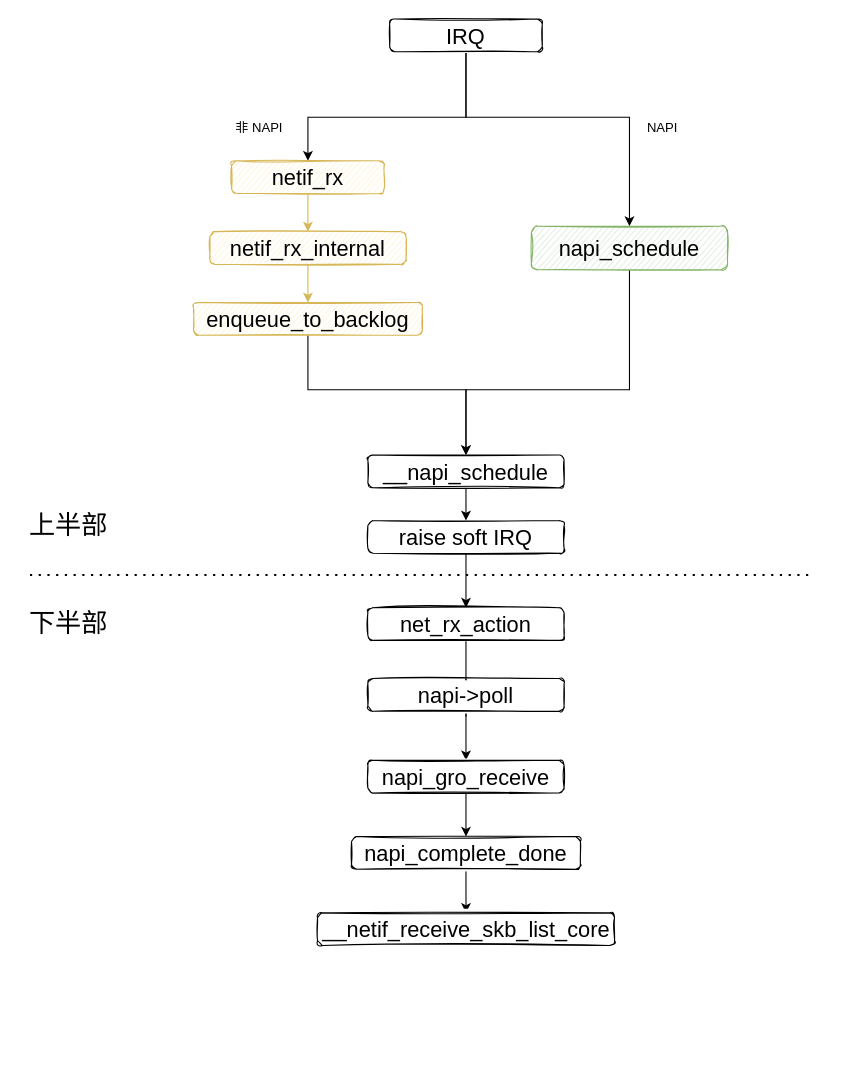
Above: page "napi" (4 of 4) of source/_data/sysnet.drawio in hsqStephenZhang/blogs-raw (draw.io), before the change. Source tidied: cells renumbered, new cells numbered last; positions are measured from the earlier drawing's top-left corner, leaving out a move shared by most shapes. Both pictures are drawn from the tidied source at 109%, with x=0, y=0 at pixel (19, 19).
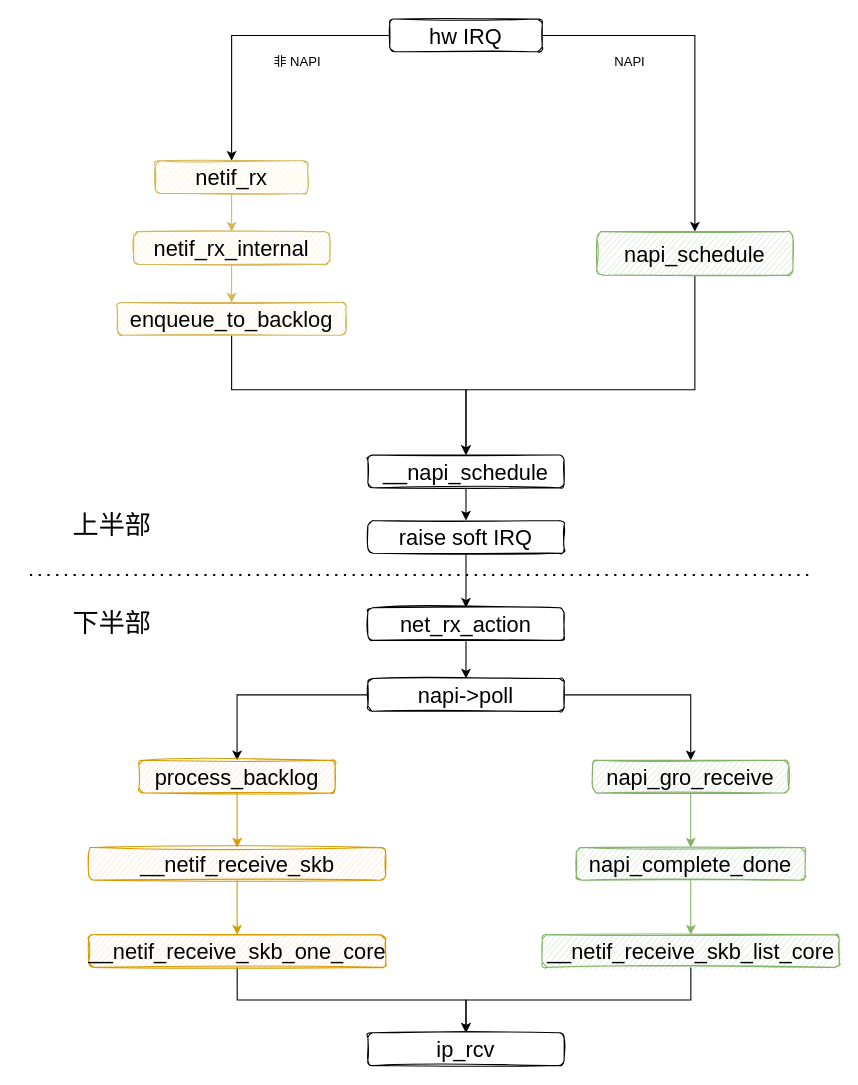
After the change.

Unchanged cells that the change refers to:
```xml
<mxCell id="10" value="__napi_schedule" style="whiteSpace=wrap;html=1;fontSize=20;sketch=1;rounded=1;" parent="1" vertex="1">
  <mxGeometry x="320" y="400" width="180" height="30" as="geometry" />
</mxCell>
<mxCell id="18" value="net_rx_action" style="whiteSpace=wrap;html=1;fontSize=20;sketch=1;rounded=1;" parent="1" vertex="1">
  <mxGeometry x="320" y="540" width="180" height="30" as="geometry" />
</mxCell>
<mxCell id="20" value="napi-&amp;gt;poll" style="whiteSpace=wrap;html=1;fontSize=20;sketch=1;rounded=1;" parent="1" vertex="1">
  <mxGeometry x="320" y="605" width="180" height="30" as="geometry" />
</mxCell>
```

The edit, as a diff of the source:
```diff
@@
     <mxCell id="2" style="edgeStyle=orthogonalEdgeStyle;rounded=0;jettySize=auto;html=1;" parent="1" edge="1" source="4" target="8">
       <mxGeometry relative="1" as="geometry">
         <Array as="points">
-          <mxPoint x="410" y="90" />
-          <mxPoint x="560" y="90" />
+          <mxPoint x="620" y="15" />
         </Array>
       </mxGeometry>
     </mxCell>
     <mxCell id="3" style="edgeStyle=orthogonalEdgeStyle;rounded=0;jettySize=auto;html=1;fontSize=24;" parent="1" edge="1" source="4" target="6">
       <mxGeometry relative="1" as="geometry">
         <Array as="points">
-          <mxPoint x="410" y="90" />
-          <mxPoint x="265" y="90" />
+          <mxPoint x="195" y="15" />
         </Array>
       </mxGeometry>
     </mxCell>
-    <mxCell id="4" value="IRQ" style="whiteSpace=wrap;html=1;fontSize=20;sketch=1;rounded=1;" parent="1" vertex="1">
+    <mxCell id="4" value="hw IRQ" style="whiteSpace=wrap;html=1;fontSize=20;sketch=1;rounded=1;" parent="1" vertex="1">
       <mxGeometry x="340" width="140" height="30" as="geometry" />
     </mxCell>
@@
     <mxCell id="6" value="netif_rx" style="whiteSpace=wrap;html=1;fontSize=20;sketch=1;rounded=1;fillColor=#fff2cc;strokeColor=#d6b656;" parent="1" vertex="1">
-      <mxGeometry x="195" y="130" width="140" height="30" as="geometry" />
+      <mxGeometry x="125" y="130" width="140" height="30" as="geometry" />
     </mxCell>
     <mxCell id="7" style="edgeStyle=orthogonalEdgeStyle;rounded=0;jettySize=auto;html=1;" parent="1" edge="1" source="8" target="10">
       <mxGeometry relative="1" as="geometry">
         <Array as="points">
-          <mxPoint x="560" y="340" />
+          <mxPoint x="620" y="340" />
           <mxPoint x="410" y="340" />
         </Array>
       </mxGeometry>
     </mxCell>
     <mxCell id="8" value="napi_schedule" style="whiteSpace=wrap;html=1;fontSize=20;sketch=1;rounded=1;fillColor=#d5e8d4;strokeColor=#82b366;" parent="1" vertex="1">
-      <mxGeometry x="470" y="190" width="180" height="40" as="geometry" />
+      <mxGeometry x="530" y="195" width="180" height="40" as="geometry" />
     </mxCell>
@@
     <mxCell id="14" value="netif_rx_internal" style="whiteSpace=wrap;html=1;fontSize=20;sketch=1;rounded=1;fillColor=#fff2cc;strokeColor=#d6b656;" parent="1" vertex="1">
-      <mxGeometry x="175" y="195" width="180" height="30" as="geometry" />
+      <mxGeometry x="105" y="195" width="180" height="30" as="geometry" />
     </mxCell>
     <mxCell id="15" style="edgeStyle=orthogonalEdgeStyle;rounded=0;jettySize=auto;html=1;entryX=0.5;entryY=0;entryDx=0;entryDy=0;fontSize=24;" parent="1" edge="1" source="16" target="10">
       <mxGeometry relative="1" as="geometry">
         <Array as="points">
-          <mxPoint x="265" y="340" />
+          <mxPoint x="195" y="340" />
           <mxPoint x="410" y="340" />
         </Array>
       </mxGeometry>
     </mxCell>
     <mxCell id="16" value="enqueue_to_backlog" style="whiteSpace=wrap;html=1;fontSize=20;sketch=1;rounded=1;fillColor=#fff2cc;strokeColor=#d6b656;" parent="1" vertex="1">
-      <mxGeometry x="160" y="260" width="210" height="30" as="geometry" />
+      <mxGeometry x="90" y="260" width="210" height="30" as="geometry" />
     </mxCell>
     <mxCell id="17" style="edgeStyle=orthogonalEdgeStyle;rounded=0;jettySize=auto;html=1;entryX=0.5;entryY=0;entryDx=0;entryDy=0;" parent="1" edge="1" source="18" target="20">
-      <mxGeometry relative="1" as="geometry">
-        <Array as="points">
-          <mxPoint x="410" y="640" />
-          <mxPoint x="410" y="640" />
-        </Array>
-      </mxGeometry>
+      <mxGeometry relative="1" as="geometry" />
     </mxCell>
@@
+    <mxCell id="31" style="edgeStyle=orthogonalEdgeStyle;rounded=0;jettySize=auto;html=1;entryX=0.5;entryY=0;entryDx=0;entryDy=0;" parent="1" edge="1" source="20" target="34">
+      <mxGeometry relative="1" as="geometry">
+        <Array as="points">
+          <mxPoint x="200" y="620" />
+        </Array>
+      </mxGeometry>
+    </mxCell>
@@
-    <mxCell id="21" style="edgeStyle=orthogonalEdgeStyle;rounded=0;jettySize=auto;html=1;fontSize=24;" parent="1" edge="1" source="22" target="29">
+    <mxCell id="21" style="edgeStyle=orthogonalEdgeStyle;rounded=0;jettySize=auto;html=1;fontSize=24;fillColor=#d5e8d4;strokeColor=#82b366;" parent="1" edge="1" source="22" target="29">
       <mxGeometry relative="1" as="geometry" />
     </mxCell>
-    <mxCell id="22" value="napi_gro_receive" style="whiteSpace=wrap;html=1;fontSize=20;sketch=1;rounded=1;" parent="1" vertex="1">
-      <mxGeometry x="320" y="680" width="180" height="30" as="geometry" />
+    <mxCell id="22" value="napi_gro_receive" style="whiteSpace=wrap;html=1;fontSize=20;sketch=1;rounded=1;fillColor=#d5e8d4;strokeColor=#82b366;" parent="1" vertex="1">
+      <mxGeometry x="526.2" y="680" width="180" height="30" as="geometry" />
     </mxCell>
     <mxCell id="23" value="非 NAPI" style="text;html=1;align=center;verticalAlign=middle;" parent="1" vertex="1">
-      <mxGeometry x="190" y="90" width="60" height="20" as="geometry" />
+      <mxGeometry x="225" y="30" width="60" height="20" as="geometry" />
     </mxCell>
     <mxCell id="24" value="NAPI" style="text;html=1;align=center;verticalAlign=middle;strokeColor=none;fillColor=none;" parent="1" vertex="1">
-      <mxGeometry x="570" y="90" width="40" height="20" as="geometry" />
+      <mxGeometry x="540" y="30" width="40" height="20" as="geometry" />
     </mxCell>
@@
     <mxCell id="26" value="上半部" style="text;html=1;align=center;verticalAlign=middle;strokeColor=none;fillColor=none;fontSize=24;" parent="1" vertex="1">
-      <mxGeometry y="450" width="90" height="30" as="geometry" />
+      <mxGeometry x="40" y="450" width="90" height="30" as="geometry" />
     </mxCell>
     <mxCell id="27" value="下半部" style="text;html=1;align=center;verticalAlign=middle;strokeColor=none;fillColor=none;fontSize=24;" parent="1" vertex="1">
-      <mxGeometry y="540" width="90" height="30" as="geometry" />
+      <mxGeometry x="40" y="540" width="90" height="30" as="geometry" />
     </mxCell>
-    <mxCell id="28" style="edgeStyle=orthogonalEdgeStyle;rounded=0;jettySize=auto;html=1;entryX=0.5;entryY=0;entryDx=0;entryDy=0;fontSize=24;" parent="1" edge="1" source="29" target="30">
+    <mxCell id="28" style="edgeStyle=orthogonalEdgeStyle;rounded=0;jettySize=auto;html=1;entryX=0.5;entryY=0;entryDx=0;entryDy=0;fontSize=24;fillColor=#d5e8d4;strokeColor=#82b366;" parent="1" edge="1" source="29" target="30">
       <mxGeometry relative="1" as="geometry" />
     </mxCell>
-    <mxCell id="29" value="napi_complete_done" style="whiteSpace=wrap;html=1;fontSize=20;sketch=1;rounded=1;" parent="1" vertex="1">
-      <mxGeometry x="305" y="750" width="210" height="30" as="geometry" />
+    <mxCell id="29" value="napi_complete_done" style="whiteSpace=wrap;html=1;fontSize=20;sketch=1;rounded=1;fillColor=#d5e8d4;strokeColor=#82b366;" parent="1" vertex="1">
+      <mxGeometry x="511.2" y="760" width="210" height="30" as="geometry" />
     </mxCell>
+    <mxCell id="32" style="edgeStyle=orthogonalEdgeStyle;rounded=0;jettySize=auto;html=1;" parent="1" edge="1" source="30" target="39">
+      <mxGeometry relative="1" as="geometry" />
+    </mxCell>
-    <mxCell id="30" value="__netif_receive_skb_list_core" style="whiteSpace=wrap;html=1;fontSize=20;sketch=1;rounded=1;" parent="1" vertex="1">
-      <mxGeometry x="273.8" y="820" width="272.5" height="30" as="geometry" />
+    <mxCell id="30" value="__netif_receive_skb_list_core" style="whiteSpace=wrap;html=1;fontSize=20;sketch=1;rounded=1;fillColor=#d5e8d4;strokeColor=#82b366;" parent="1" vertex="1">
+      <mxGeometry x="480" y="840" width="272.5" height="30" as="geometry" />
     </mxCell>
+    <mxCell id="33" style="edgeStyle=orthogonalEdgeStyle;rounded=0;jettySize=auto;html=1;fillColor=#ffe6cc;strokeColor=#d79b00;" parent="1" edge="1" source="34" target="36">
+      <mxGeometry relative="1" as="geometry" />
+    </mxCell>
+    <mxCell id="34" value="process_backlog" style="whiteSpace=wrap;html=1;fontSize=20;sketch=1;rounded=1;fillColor=#ffe6cc;strokeColor=#d79b00;" parent="1" vertex="1">
+      <mxGeometry x="110" y="680" width="180" height="30" as="geometry" />
+    </mxCell>
+    <mxCell id="35" style="edgeStyle=orthogonalEdgeStyle;rounded=0;jettySize=auto;html=1;fillColor=#ffe6cc;strokeColor=#d79b00;" parent="1" edge="1" source="36" target="38">
+      <mxGeometry relative="1" as="geometry" />
+    </mxCell>
+    <mxCell id="36" value="__netif_receive_skb" style="whiteSpace=wrap;html=1;fontSize=20;sketch=1;rounded=1;fillColor=#ffe6cc;strokeColor=#d79b00;" parent="1" vertex="1">
+      <mxGeometry x="63.8" y="760" width="272.5" height="30" as="geometry" />
+    </mxCell>
+    <mxCell id="37" style="edgeStyle=orthogonalEdgeStyle;rounded=0;jettySize=auto;html=1;" parent="1" edge="1" source="38" target="39">
+      <mxGeometry relative="1" as="geometry" />
+    </mxCell>
+    <mxCell id="38" value="__netif_receive_skb_one_core" style="whiteSpace=wrap;html=1;fontSize=20;sketch=1;rounded=1;fillColor=#ffe6cc;strokeColor=#d79b00;" parent="1" vertex="1">
+      <mxGeometry x="63.8" y="840" width="272.5" height="30" as="geometry" />
+    </mxCell>
+    <mxCell id="39" value="ip_rcv" style="whiteSpace=wrap;html=1;fontSize=20;sketch=1;rounded=1;" parent="1" vertex="1">
+      <mxGeometry x="320" y="930" width="180" height="30" as="geometry" />
+    </mxCell>
```
